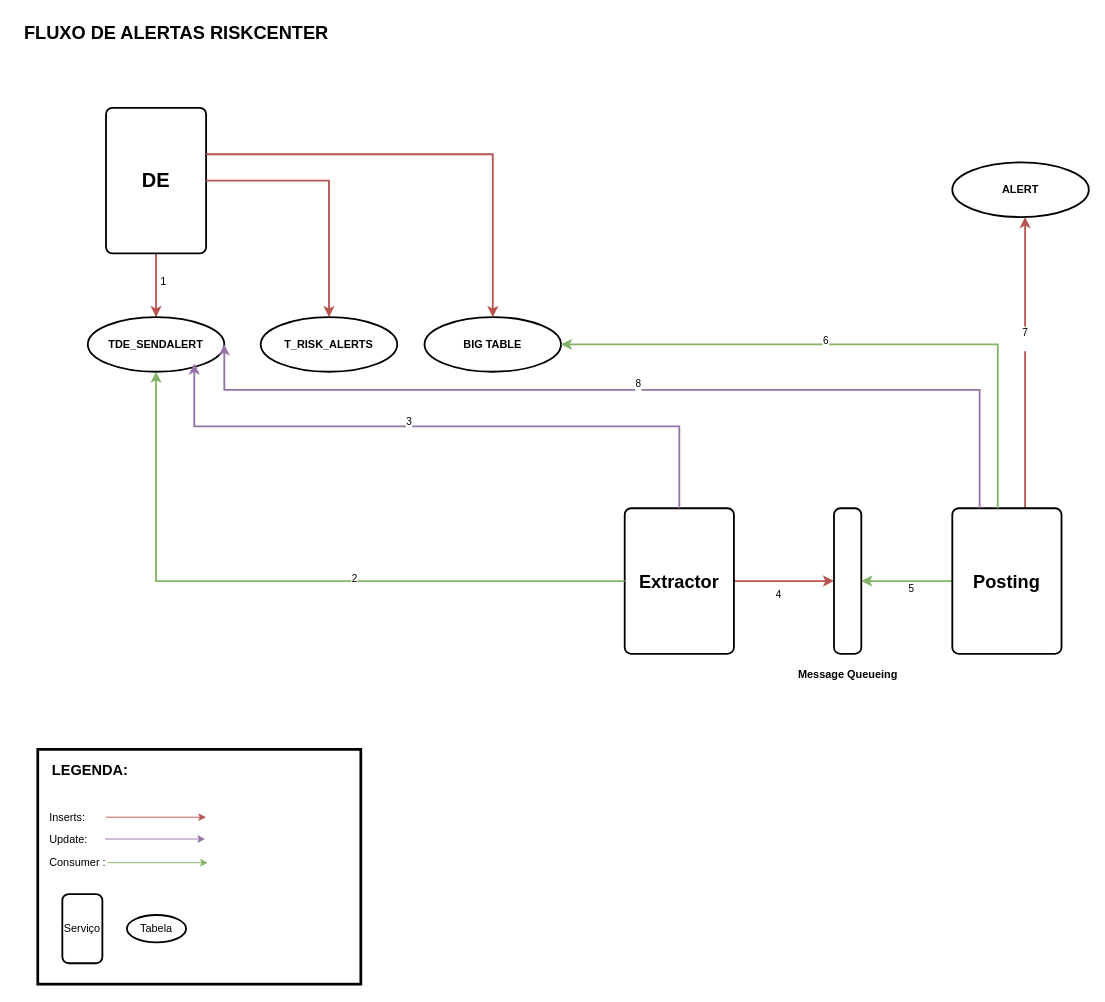
This is Projetos drawio/Diagrama sem nome.drawio from daviamarall/aws, a draw.io file, before an edit. Source tidied: cells renumbered, new cells numbered last; positions are measured from the earlier drawing's top-left corner, leaving out a move shared by most shapes. Both pictures are drawn from the tidied source at 91%, with x=0, y=0 at pixel (15, 15).
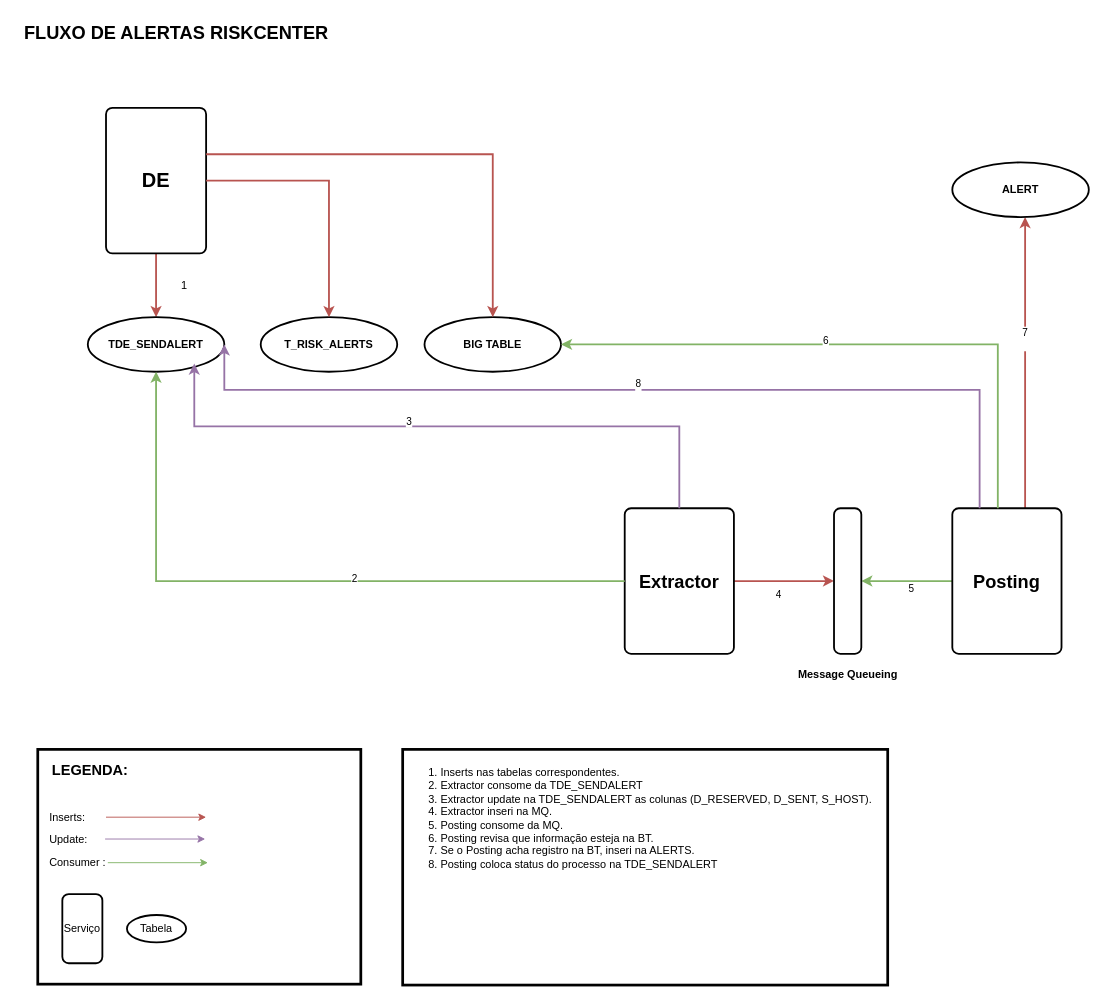
The same diagram, later.

Commit message:
Fluxo de Alertas RiskCenter.drawio

The change refers to these unchanged cells:
```xml
<mxCell id="11" style="edgeStyle=orthogonalEdgeStyle;rounded=0;jettySize=auto;html=1;flowAnimation=1;strokeColor=#b85450;strokeWidth=2;fillColor=#f8cecc;" parent="1" edge="1" source="13" target="14">
  <mxGeometry relative="1" as="geometry" />
</mxCell>
```

What changed in the source:
```diff
@@
     <mxCell id="12" value="1" style="edgeLabel;html=1;align=left;verticalAlign=middle;labelPosition=right;verticalLabelPosition=middle;fontSize=12;" parent="11" vertex="1">
-      <mxGeometry x="-0.14" y="3" relative="1" as="geometry" />
+      <mxGeometry x="-0.14" y="3" relative="1" as="geometry">
+        <mxPoint x="23" y="5" as="offset" />
+      </mxGeometry>
     </mxCell>
@@
+    <mxCell id="39" value="&lt;span&gt;&lt;span dir=&quot;ltr&quot; class=&quot;ui-provider gn abu gl ald ale alf alg alh ali alj alk all alm aln alo alp alq alr als alt alu alv alw alx aly alz ama amb amc amd ame amf amg amh ami&quot;&gt;&lt;ol&gt;&lt;li&gt;Inserts nas tabelas correspondentes.&lt;/li&gt;&lt;li&gt;Extractor consome da TDE_SENDALERT&lt;/li&gt;&lt;li&gt;Extractor update na TDE_SENDALERT as colunas (D_RESERVED, D_SENT, S_HOST).&lt;/li&gt;&lt;li&gt;Extractor inseri na MQ.&lt;/li&gt;&lt;li&gt;Posting consome da MQ.&lt;/li&gt;&lt;li&gt;Posting revisa que informação esteja na BT.&lt;/li&gt;&lt;li&gt;Se o Posting acha registro na BT, inseri na ALERTS.&lt;/li&gt;&lt;li&gt;Posting coloca status do processo na TDE_SENDALERT&lt;/li&gt;&lt;/ol&gt;&lt;/span&gt;&lt;/span&gt;" style="whiteSpace=wrap;html=1;align=left;verticalAlign=top;strokeWidth=3;" parent="1" vertex="1">
+      <mxGeometry x="425" y="806" width="533" height="259" as="geometry" />
+    </mxCell>
```
